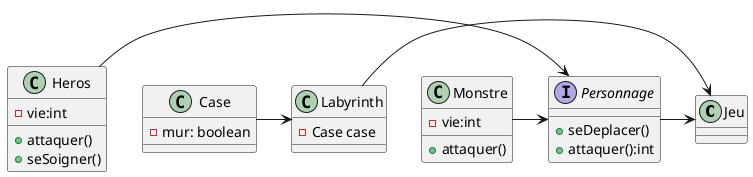
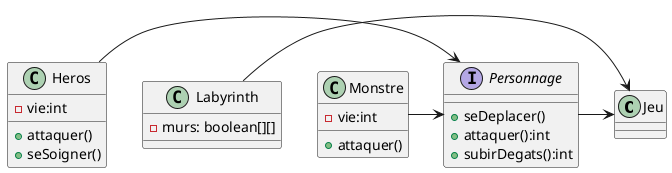
@startuml
'https://plantuml.com/class-diagram

class Jeu

interface Personnage{
+seDeplacer()
+attaquer():int
+ +subirDegats():int
}
class Heros{
-vie:int
+attaquer()
+seSoigner()
}
class Monstre{
-vie:int
+attaquer()
}

class Labyrinth{
- -Case case
+ -murs: boolean[][]
}
- class Case{
- -mur: boolean
- }
+ 

Heros -> Personnage
Monstre -> Personnage
Personnage -> Jeu
- Case -> Labyrinth
Labyrinth -> Jeu



@enduml